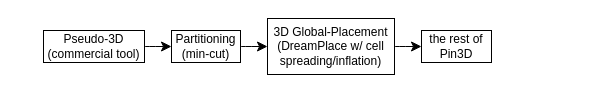
Earlier version of the draw.io diagram page "Page-1" (1 of 2) of Untitled Diagram.drawio (roberthuang0306/tem). Source tidied: cells renumbered, new cells numbered last; positions are measured from the earlier drawing's top-left corner, leaving out a move shared by most shapes. Both pictures are drawn from the tidied source at 100%, with x=0, y=0 at pixel (43, 18).
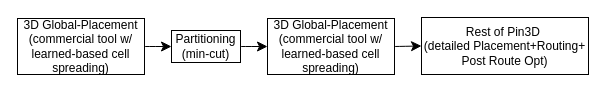
The same diagram, later.

The edit, as a diff of the source:
```diff
@@
 <mxGraphModel>
   <root>
     <mxCell id="0" />
     <mxCell id="1" parent="0" />
-    <mxCell id="2" style="edgeStyle=none;curved=1;rounded=0;jettySize=auto;html=1;exitX=1;exitY=0.5;exitDx=0;exitDy=0;entryX=0;entryY=0.5;entryDx=0;entryDy=0;fontSize=12;startSize=8;endSize=8;" parent="1" edge="1" source="3" target="5">
-      <mxGeometry relative="1" as="geometry" />
+    <mxCell id="2" style="edgeStyle=none;curved=1;rounded=0;jettySize=auto;html=1;exitX=1;exitY=0.5;exitDx=0;exitDy=0;entryX=0;entryY=0.5;entryDx=0;entryDy=0;fontSize=12;startSize=8;endSize=8;" parent="1" edge="1" target="5">
+      <mxGeometry relative="1" as="geometry">
+        <mxPoint x="101" y="28" as="sourcePoint" />
+      </mxGeometry>
     </mxCell>
-    <mxCell id="3" value="Pseudo-3D (commercial tool)" style="rounded=0;whiteSpace=wrap;html=1;" parent="1" vertex="1">
-      <mxGeometry y="12" width="101" height="32" as="geometry" />
-    </mxCell>
     <mxCell id="4" style="edgeStyle=none;curved=1;rounded=0;jettySize=auto;html=1;exitX=1;exitY=0.5;exitDx=0;exitDy=0;entryX=0;entryY=0.5;entryDx=0;entryDy=0;fontSize=12;startSize=8;endSize=8;" parent="1" edge="1" source="5" target="7">
       <mxGeometry relative="1" as="geometry" />
     </mxCell>
     <mxCell id="5" value="Partitioning&lt;div&gt;(min-cut)&lt;/div&gt;" style="rounded=0;whiteSpace=wrap;html=1;" parent="1" vertex="1">
       <mxGeometry x="128" y="12" width="69" height="32" as="geometry" />
     </mxCell>
     <mxCell id="6" style="edgeStyle=none;curved=1;rounded=0;jettySize=auto;html=1;exitX=1;exitY=0.5;exitDx=0;exitDy=0;entryX=0;entryY=0.5;entryDx=0;entryDy=0;fontSize=12;startSize=8;endSize=8;" parent="1" edge="1" source="7" target="8">
       <mxGeometry relative="1" as="geometry" />
     </mxCell>
-    <mxCell id="7" value="3D Global-Placement&lt;br&gt;&lt;div&gt;(DreamPlace w/ cell spreading/inflation)&lt;/div&gt;" style="rounded=0;whiteSpace=wrap;html=1;" parent="1" vertex="1">
+    <mxCell id="7" value="3D Global-Placement&lt;br&gt;&lt;div&gt;(commercial tool w/ learned-based cell spreading)&lt;/div&gt;" style="rounded=0;whiteSpace=wrap;html=1;" parent="1" vertex="1">
       <mxGeometry x="224" width="127" height="56" as="geometry" />
     </mxCell>
-    <mxCell id="8" value="the rest of Pin3D" style="rounded=0;whiteSpace=wrap;html=1;" parent="1" vertex="1">
-      <mxGeometry x="378" y="12" width="70" height="32" as="geometry" />
+    <mxCell id="8" value="Rest of Pin3D&amp;nbsp;&lt;div&gt;(detailed Placement+Routing+&lt;/div&gt;&lt;div&gt;Post Route Opt)&lt;/div&gt;" style="rounded=0;whiteSpace=wrap;html=1;" parent="1" vertex="1">
+      <mxGeometry x="378" y="-1" width="167" height="57" as="geometry" />
     </mxCell>
+    <mxCell id="9" value="3D Global-Placement&lt;br&gt;&lt;div&gt;(commercial tool w/ learned-based cell spreading)&lt;/div&gt;" style="rounded=0;whiteSpace=wrap;html=1;" parent="1" vertex="1">
+      <mxGeometry x="-26" width="127" height="56" as="geometry" />
+    </mxCell>
   </root>
 </mxGraphModel>
```
